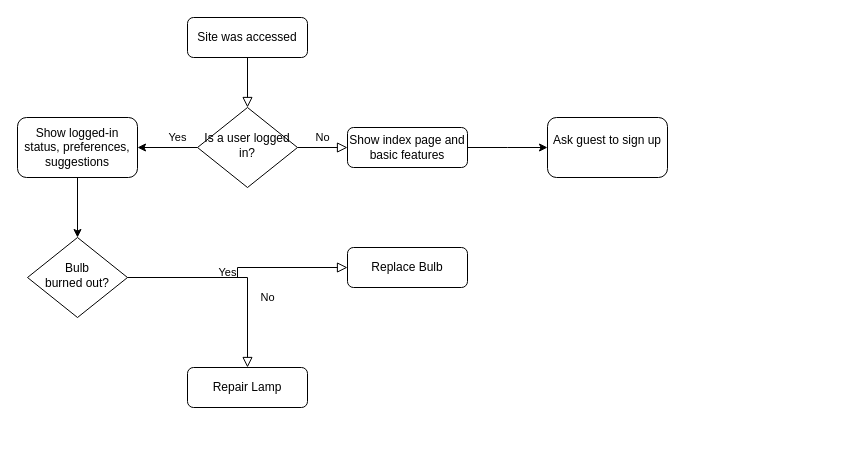
The draw.io diagram video_club_diagram.drawio in projectario/VideoClub, before the edit. Source tidied: cells renumbered, new cells numbered last; positions are measured from the earlier drawing's top-left corner, leaving out a move shared by most shapes. Both pictures are drawn from the tidied source at 100%, with x=0, y=0 at pixel (17, 17).
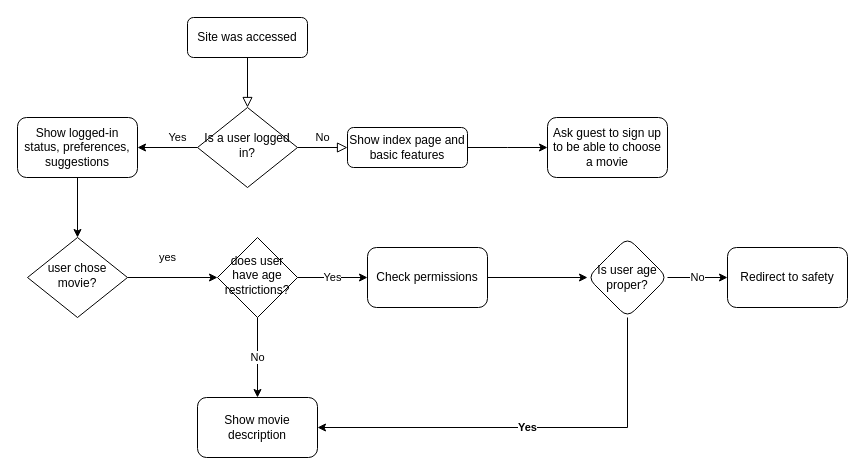
After the change.

The edit, as a diff of the source:
```diff
@@
-    <mxCell id="9" value="No" style="rounded=0;html=1;jettySize=auto;fontSize=11;endArrow=block;endFill=0;endSize=8;strokeWidth=1;shadow=0;labelBackgroundColor=none;edgeStyle=orthogonalEdgeStyle;" parent="1" edge="1" source="11" target="12">
-      <mxGeometry x="0.33" y="20" relative="1" as="geometry" />
-    </mxCell>
-    <mxCell id="10" value="Yes" style="edgeStyle=orthogonalEdgeStyle;rounded=0;html=1;jettySize=auto;fontSize=11;endArrow=block;endFill=0;endSize=8;strokeWidth=1;shadow=0;labelBackgroundColor=none;" parent="1" edge="1" source="11" target="13">
-      <mxGeometry y="10" relative="1" as="geometry" />
-    </mxCell>
+    <mxCell id="17" value="yes" style="edgeStyle=orthogonalEdgeStyle;rounded=0;jettySize=auto;html=1;" parent="1" edge="1" source="11" target="20">
+      <mxGeometry x="-0.11" y="20" relative="1" as="geometry" />
+    </mxCell>
-    <mxCell id="11" value="Bulb&lt;br&gt;burned out?" style="rhombus;whiteSpace=wrap;html=1;shadow=0;fontFamily=Helvetica;fontSize=12;align=center;strokeWidth=1;spacing=6;spacingTop=-4;" parent="1" vertex="1">
+    <mxCell id="11" value="user chose movie?" style="rhombus;whiteSpace=wrap;html=1;shadow=0;fontFamily=Helvetica;fontSize=12;align=center;strokeWidth=1;spacing=6;spacingTop=-4;" parent="1" vertex="1">
       <mxGeometry x="10" y="220" width="100" height="80" as="geometry" />
     </mxCell>
-    <mxCell id="12" value="Repair Lamp" style="rounded=1;whiteSpace=wrap;html=1;fontSize=12;glass=0;strokeWidth=1;shadow=0;" parent="1" vertex="1">
-      <mxGeometry x="170" y="350" width="120" height="40" as="geometry" />
-    </mxCell>
-    <mxCell id="13" value="Replace Bulb" style="rounded=1;whiteSpace=wrap;html=1;fontSize=12;glass=0;strokeWidth=1;shadow=0;" parent="1" vertex="1">
-      <mxGeometry x="330" y="230" width="120" height="40" as="geometry" />
-    </mxCell>
@@
-    <mxCell id="16" value="&lt;div&gt;Ask guest to sign up&lt;/div&gt;&lt;div&gt;&lt;br&gt;&lt;/div&gt;" style="rounded=1;whiteSpace=wrap;html=1;" parent="1" vertex="1">
+    <mxCell id="16" value="&lt;div&gt;Ask guest to sign up to be able to choose a movie&lt;/div&gt;" style="rounded=1;whiteSpace=wrap;html=1;" parent="1" vertex="1">
       <mxGeometry x="530" y="100" width="120" height="60" as="geometry" />
     </mxCell>
+    <mxCell id="18" value="Yes" style="edgeStyle=orthogonalEdgeStyle;rounded=0;jettySize=auto;html=1;" parent="1" edge="1" source="20" target="22">
+      <mxGeometry relative="1" as="geometry" />
+    </mxCell>
+    <mxCell id="19" value="No" style="edgeStyle=orthogonalEdgeStyle;rounded=0;jettySize=auto;html=1;" parent="1" edge="1" source="20" target="23">
+      <mxGeometry relative="1" as="geometry" />
+    </mxCell>
+    <mxCell id="20" value="does user have age restrictions?" style="rhombus;whiteSpace=wrap;html=1;shadow=0;strokeWidth=1;spacing=6;spacingTop=-4;" parent="1" vertex="1">
+      <mxGeometry x="200" y="220" width="80" height="80" as="geometry" />
+    </mxCell>
+    <mxCell id="21" style="edgeStyle=orthogonalEdgeStyle;rounded=0;jettySize=auto;html=1;" parent="1" edge="1" source="22" target="26">
+      <mxGeometry relative="1" as="geometry" />
+    </mxCell>
+    <mxCell id="22" value="Check permissions" style="rounded=1;whiteSpace=wrap;html=1;" parent="1" vertex="1">
+      <mxGeometry x="350" y="230" width="120" height="60" as="geometry" />
+    </mxCell>
+    <mxCell id="23" value="Show movie description" style="rounded=1;whiteSpace=wrap;html=1;" parent="1" vertex="1">
+      <mxGeometry x="180" y="380" width="120" height="60" as="geometry" />
+    </mxCell>
+    <mxCell id="24" value="No" style="edgeStyle=orthogonalEdgeStyle;rounded=0;jettySize=auto;html=1;" parent="1" edge="1" source="26" target="27">
+      <mxGeometry relative="1" as="geometry" />
+    </mxCell>
+    <mxCell id="25" value="Yes" style="edgeStyle=orthogonalEdgeStyle;rounded=0;jettySize=auto;html=1;entryX=1;entryY=0.5;entryDx=0;entryDy=0;fontStyle=1;" parent="1" edge="1" source="26" target="23">
+      <mxGeometry relative="1" as="geometry">
+        <Array as="points">
+          <mxPoint x="610" y="410" />
+        </Array>
+      </mxGeometry>
+    </mxCell>
+    <mxCell id="26" value="&lt;div&gt;Is user age proper?&lt;/div&gt;" style="rhombus;whiteSpace=wrap;html=1;rounded=1;" parent="1" vertex="1">
+      <mxGeometry x="570" y="220" width="80" height="80" as="geometry" />
+    </mxCell>
+    <mxCell id="27" value="&lt;div&gt;Redirect to safety&lt;/div&gt;" style="rounded=1;whiteSpace=wrap;html=1;" parent="1" vertex="1">
+      <mxGeometry x="710" y="230" width="120" height="60" as="geometry" />
+    </mxCell>
```
